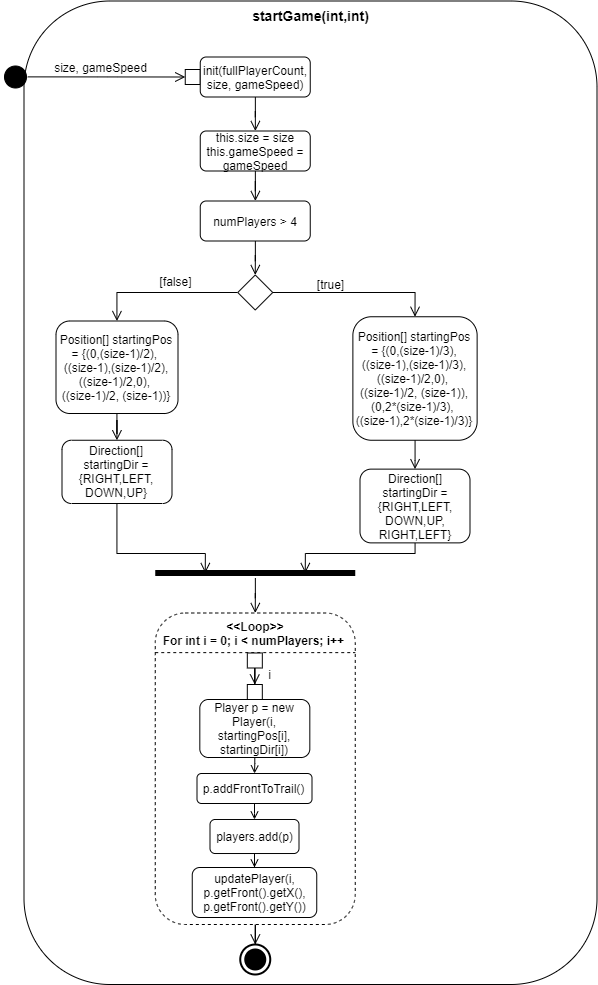
This is Doku/images/AD_startGame.png from KjellooMelloo/gameoftrons, a draw.io export, as it was before one commit. Source tidied: cells renumbered, new cells last; positions are measured from the earlier drawing's top-left corner, leaving out a move shared by most shapes.
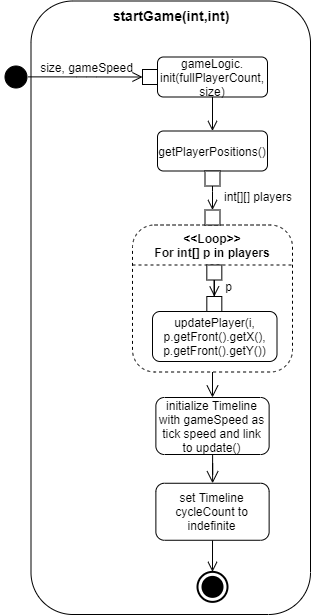
Above is the later version.

Commit message:
added gameSpeed and timeline in code, diagrams, doc

Diff of the diagram source:
```diff
@@ -3,155 +3,88 @@
     <mxCell id="0" />
     <mxCell id="1" parent="0" />
     <mxCell id="2" value="&lt;b&gt;&lt;font style=&quot;font-size: 14px&quot;&gt;startGame(int,int)&lt;/font&gt;&lt;/b&gt;" style="rounded=1;whiteSpace=wrap;html=1;align=center;verticalAlign=top;" parent="1" vertex="1">
-      <mxGeometry x="23.5" y="0.5" width="573" height="983.5" as="geometry" />
+      <mxGeometry x="23.5" y="0.5" width="279.5" height="613.5" as="geometry" />
     </mxCell>
-    <mxCell id="3" style="ellipse;html=1;shape=startState;fillColor=#000000;strokeColor=#000000;align=center;" parent="1" vertex="1">
-      <mxGeometry y="61.5" width="30" height="30" as="geometry" />
+    <mxCell id="3" style="edgeStyle=orthogonalEdgeStyle;rounded=0;jettySize=auto;html=1;entryX=0.5;entryY=0;entryDx=0;entryDy=0;endArrow=open;endFill=0;endSize=10;" parent="1" edge="1" source="4" target="25">
+      <mxGeometry relative="1" as="geometry" />
     </mxCell>
-    <mxCell id="4" style="edgeStyle=orthogonalEdgeStyle;html=1;verticalAlign=bottom;endArrow=open;endSize=8;strokeColor=#000000;exitX=0.909;exitY=0.496;exitDx=0;exitDy=0;exitPerimeter=0;entryX=0;entryY=0.5;entryDx=0;entryDy=0;" parent="1" edge="1" source="3" target="5">
-      <mxGeometry relative="1" as="geometry" />
+    <mxCell id="4" value="&lt;b&gt;&amp;lt;&amp;lt;Loop&amp;gt;&amp;gt;&lt;br&gt;For int[] p in players&lt;br&gt;&lt;/b&gt;" style="shape=ext;rounded=1;html=1;whiteSpace=wrap;dashed=1;verticalAlign=top;align=center;" parent="1" vertex="1">
+      <mxGeometry x="125" y="224.5" width="160" height="147" as="geometry" />
     </mxCell>
-    <mxCell id="5" style="rounded=0;whiteSpace=wrap;html=1;strokeColor=#000000;align=center;" parent="1" vertex="1">
-      <mxGeometry x="184.8" y="69" width="15" height="15" as="geometry" />
+    <mxCell id="5" style="ellipse;html=1;shape=startState;fillColor=#000000;strokeColor=#000000;align=center;" parent="1" vertex="1">
+      <mxGeometry x="-6.5" y="61.5" width="30" height="30" as="geometry" />
     </mxCell>
-    <mxCell id="6" value="size, gameSpeed" style="text;html=1;align=center;verticalAlign=middle;" parent="1" vertex="1">
-      <mxGeometry x="44.8" y="56.5" width="110" height="20" as="geometry" />
+    <mxCell id="6" style="edgeStyle=orthogonalEdgeStyle;html=1;verticalAlign=bottom;endArrow=open;endSize=8;strokeColor=#000000;exitX=0.909;exitY=0.496;exitDx=0;exitDy=0;exitPerimeter=0;entryX=0;entryY=0.5;entryDx=0;entryDy=0;" parent="1" edge="1" source="5" target="7">
+      <mxGeometry relative="1" as="geometry" />
     </mxCell>
-    <mxCell id="7" style="edgeStyle=orthogonalEdgeStyle;rounded=0;jettySize=auto;html=1;startArrow=none;startFill=0;endArrow=open;endFill=0;endSize=8;" parent="1" edge="1" source="8" target="11">
-      <mxGeometry relative="1" as="geometry" />
+    <mxCell id="7" style="rounded=0;whiteSpace=wrap;html=1;strokeColor=#000000;align=center;" parent="1" vertex="1">
+      <mxGeometry x="135" y="69" width="15" height="15" as="geometry" />
     </mxCell>
-    <mxCell id="8" value="init(fullPlayerCount, size, gameSpeed)" style="shape=rect;html=1;rounded=1;whiteSpace=wrap;align=center;" parent="1" vertex="1">
-      <mxGeometry x="199.8" y="56.5" width="110" height="40" as="geometry" />
+    <mxCell id="8" value="size, gameSpeed" style="text;html=1;align=center;verticalAlign=middle;points=[];" parent="1" vertex="1">
+      <mxGeometry x="23.5" y="56.5" width="110" height="20" as="geometry" />
     </mxCell>
-    <mxCell id="9" style="edgeStyle=orthogonalEdgeStyle;rounded=0;jettySize=auto;html=1;startArrow=none;startFill=0;endArrow=open;endFill=0;endSize=8;exitX=0;exitY=0.5;exitDx=0;exitDy=0;" parent="1" edge="1" source="21" target="15">
+    <mxCell id="9" style="edgeStyle=orthogonalEdgeStyle;rounded=0;jettySize=auto;html=1;startArrow=none;startFill=0;endArrow=open;endFill=0;endSize=8;" parent="1" edge="1" source="10" target="12">
       <mxGeometry relative="1" as="geometry" />
     </mxCell>
-    <mxCell id="10" style="edgeStyle=orthogonalEdgeStyle;rounded=0;jettySize=auto;html=1;startArrow=none;startFill=0;endArrow=open;endFill=0;endSize=8;" parent="1" edge="1" source="11" target="13">
-      <mxGeometry relative="1" as="geometry" />
+    <mxCell id="10" value="gameLogic. init(fullPlayerCount, size)" style="shape=rect;html=1;rounded=1;whiteSpace=wrap;align=center;" parent="1" vertex="1">
+      <mxGeometry x="150" y="56.5" width="110" height="40" as="geometry" />
     </mxCell>
-    <mxCell id="11" value="this.size = size&lt;br&gt;this.gameSpeed = gameSpeed" style="shape=rect;html=1;rounded=1;whiteSpace=wrap;align=center;" parent="1" vertex="1">
-      <mxGeometry x="199.8" y="130.5" width="110" height="40" as="geometry" />
+    <mxCell id="11" style="edgeStyle=orthogonalEdgeStyle;rounded=0;jettySize=auto;html=1;startArrow=none;startFill=0;endArrow=open;endFill=0;endSize=8;exitX=0.5;exitY=1;exitDx=0;exitDy=0;entryX=0.5;entryY=0;entryDx=0;entryDy=0;" parent="1" edge="1" source="21" target="22">
+      <mxGeometry relative="1" as="geometry">
+        <Array as="points">
+          <mxPoint x="205.2" y="191" />
+        </Array>
+      </mxGeometry>
     </mxCell>
-    <mxCell id="12" style="edgeStyle=orthogonalEdgeStyle;rounded=0;jettySize=auto;html=1;entryX=0.5;entryY=0;entryDx=0;entryDy=0;startArrow=none;startFill=0;endArrow=open;endFill=0;endSize=8;" parent="1" edge="1" source="13" target="21">
-      <mxGeometry relative="1" as="geometry" />
+    <mxCell id="12" value="getPlayerPositions()" style="shape=rect;html=1;rounded=1;whiteSpace=wrap;align=center;" parent="1" vertex="1">
+      <mxGeometry x="150" y="130.5" width="110" height="40" as="geometry" />
     </mxCell>
-    <mxCell id="13" value="numPlayers &amp;gt; 4" style="shape=rect;html=1;rounded=1;whiteSpace=wrap;align=center;" parent="1" vertex="1">
-      <mxGeometry x="199.8" y="200.5" width="110" height="40" as="geometry" />
+    <mxCell id="13" style="edgeStyle=orthogonalEdgeStyle;rounded=0;jettySize=auto;html=1;entryX=0.5;entryY=0;entryDx=0;entryDy=0;entryPerimeter=0;startArrow=none;startFill=0;endArrow=open;endFill=0;endSize=8;exitX=0.5;exitY=1;exitDx=0;exitDy=0;" parent="1" edge="1" source="26" target="14">
+      <mxGeometry relative="1" as="geometry" />
     </mxCell>
-    <mxCell id="14" style="edgeStyle=orthogonalEdgeStyle;rounded=0;jettySize=auto;html=1;startArrow=none;startFill=0;endArrow=open;endFill=0;endSize=8;" parent="1" edge="1" source="15" target="17">
-      <mxGeometry relative="1" as="geometry" />
+    <mxCell id="14" style="html=1;shape=mxgraph.sysml.actFinal;strokeWidth=2;verticalLabelPosition=bottom;verticalAlignment=top;align=center;rounded=0;" parent="1" vertex="1">
+      <mxGeometry x="190" y="571.4" width="30" height="30" as="geometry" />
     </mxCell>
-    <mxCell id="15" value="Position[] startingPos = {(0,(size-1)/2), &lt;br&gt;((size-1),(size-1)/2), ((size-1)/2,0), &lt;br&gt;((size-1)/2, (size-1))}" style="shape=rect;html=1;rounded=1;whiteSpace=wrap;align=center;" parent="1" vertex="1">
-      <mxGeometry x="55.5" y="320.5" width="122" height="92.5" as="geometry" />
+    <mxCell id="15" value="updatePlayer(i, p.getFront().getX(), p.getFront().getY())" style="shape=rect;html=1;rounded=1;whiteSpace=wrap;align=center;" parent="1" vertex="1">
+      <mxGeometry x="145" y="311" width="124.5" height="50" as="geometry" />
     </mxCell>
-    <mxCell id="16" style="edgeStyle=orthogonalEdgeStyle;rounded=0;jettySize=auto;html=1;entryX=0.25;entryY=0.5;entryDx=0;entryDy=0;entryPerimeter=0;startArrow=none;startFill=0;endArrow=open;endFill=0;endSize=8;" parent="1" edge="1" source="17" target="27">
+    <mxCell id="16" style="endArrow=none;dashed=1;html=1;" parent="1" edge="1">
       <mxGeometry relative="1" as="geometry">
-        <Array as="points">
-          <mxPoint x="116.5" y="553" />
-          <mxPoint x="204.5" y="553" />
-        </Array>
+        <mxPoint x="125" y="264.5" as="sourcePoint" />
+        <mxPoint x="285" y="264.5" as="targetPoint" />
       </mxGeometry>
     </mxCell>
-    <mxCell id="17" value="Direction[] startingDir = {RIGHT,LEFT,&lt;br&gt;DOWN,UP}" style="shape=rect;html=1;rounded=1;whiteSpace=wrap;align=center;" parent="1" vertex="1">
-      <mxGeometry x="61.5" y="439.8" width="110" height="63.2" as="geometry" />
+    <mxCell id="17" style="edgeStyle=orthogonalEdgeStyle;rounded=0;jettySize=auto;html=1;endArrow=open;endFill=0;endSize=8;strokeColor=#000000;" parent="1" edge="1" target="18">
+      <mxGeometry relative="1" as="geometry">
+        <mxPoint x="206.8" y="278.5" as="sourcePoint" />
+      </mxGeometry>
     </mxCell>
-    <mxCell id="18" style="edgeStyle=orthogonalEdgeStyle;rounded=0;jettySize=auto;html=1;entryX=0.75;entryY=0.5;entryDx=0;entryDy=0;entryPerimeter=0;startArrow=none;startFill=0;endArrow=open;endFill=0;endSize=8;" parent="1" edge="1" source="19" target="27">
-      <mxGeometry relative="1" as="geometry">
-        <Array as="points">
-          <mxPoint x="414.5" y="553" />
-          <mxPoint x="304.5" y="553" />
-        </Array>
-      </mxGeometry>
+    <mxCell id="18" style="rounded=0;whiteSpace=wrap;html=1;strokeColor=#000000;align=center;" parent="1" vertex="1">
+      <mxGeometry x="199.3" y="296" width="15" height="15" as="geometry" />
     </mxCell>
-    <mxCell id="19" value="Direction[] startingDir = {RIGHT,LEFT,&lt;br&gt;DOWN,UP,&lt;br&gt;RIGHT,LEFT}" style="shape=rect;html=1;rounded=1;whiteSpace=wrap;align=center;" parent="1" vertex="1">
-      <mxGeometry x="359.5" y="468.6" width="110" height="73.8" as="geometry" />
+    <mxCell id="19" style="rounded=0;whiteSpace=wrap;html=1;strokeColor=#000000;align=center;" parent="1" vertex="1">
+      <mxGeometry x="199.3" y="264.5" width="15" height="15" as="geometry" />
     </mxCell>
-    <mxCell id="20" style="edgeStyle=orthogonalEdgeStyle;rounded=0;jettySize=auto;html=1;entryX=0.5;entryY=0;entryDx=0;entryDy=0;startArrow=none;startFill=0;endArrow=open;endFill=0;endSize=8;" parent="1" edge="1" source="21" target="24">
-      <mxGeometry relative="1" as="geometry" />
+    <mxCell id="20" value="p" style="text;html=1;align=center;verticalAlign=middle;" parent="1" vertex="1">
+      <mxGeometry x="211.1" y="276" width="20" height="20" as="geometry" />
     </mxCell>
-    <mxCell id="21" style="rhombus;whiteSpace=wrap;html=1;strokeColor=#000000;align=center;rounded=0;" parent="1" vertex="1">
-      <mxGeometry x="237.2" y="274.5" width="35" height="35" as="geometry" />
+    <mxCell id="21" style="rounded=0;whiteSpace=wrap;html=1;strokeColor=#000000;align=center;" parent="1" vertex="1">
+      <mxGeometry x="197.5" y="170.5" width="15" height="15" as="geometry" />
     </mxCell>
-    <mxCell id="22" value="&lt;font style=&quot;font-size: 12px&quot;&gt;[false]&lt;/font&gt;" style="text;html=1;align=center;verticalAlign=middle;points=[];fontSize=16;" parent="1" vertex="1">
-      <mxGeometry x="149.8" y="264.5" width="50" height="30" as="geometry" />
+    <mxCell id="22" style="rounded=0;whiteSpace=wrap;html=1;strokeColor=#000000;align=center;" parent="1" vertex="1">
+      <mxGeometry x="197.5" y="209.5" width="15" height="15" as="geometry" />
     </mxCell>
-    <mxCell id="23" style="edgeStyle=orthogonalEdgeStyle;rounded=0;jettySize=auto;html=1;entryX=0.5;entryY=0;entryDx=0;entryDy=0;startArrow=none;startFill=0;endArrow=open;endFill=0;endSize=8;" parent="1" edge="1" source="24" target="19">
-      <mxGeometry relative="1" as="geometry" />
+    <mxCell id="23" value="int[][] players" style="text;html=1;strokeColor=none;fillColor=none;align=center;verticalAlign=middle;whiteSpace=wrap;rounded=0;" parent="1" vertex="1">
+      <mxGeometry x="212.5" y="185.5" width="76" height="20" as="geometry" />
     </mxCell>
-    <mxCell id="24" value="Position[] startingPos = {(0,(size-1)/3), ((size-1),(size-1)/3), ((size-1)/2,0), &lt;br&gt;((size-1)/2, (size-1)), (0,2*(size-1)/3), &lt;br&gt;((size-1),2*(size-1)/3)}" style="shape=rect;html=1;rounded=1;whiteSpace=wrap;align=center;" parent="1" vertex="1">
-      <mxGeometry x="352.4" y="316.2" width="124.2" height="123.5" as="geometry" />
+    <mxCell id="24" style="edgeStyle=orthogonalEdgeStyle;rounded=0;jettySize=auto;html=1;endArrow=open;endFill=0;endSize=10;" parent="1" edge="1" source="25" target="26">
+      <mxGeometry relative="1" as="geometry" />
     </mxCell>
-    <mxCell id="25" value="&lt;font style=&quot;font-size: 12px&quot;&gt;[true]&lt;/font&gt;" style="text;html=1;align=center;verticalAlign=middle;points=[];fontSize=16;" parent="1" vertex="1">
-      <mxGeometry x="309.8" y="268" width="40" height="30" as="geometry" />
+    <mxCell id="25" value="initialize Timeline with gameSpeed as tick speed and link to update()" style="shape=rect;html=1;rounded=1;whiteSpace=wrap;align=center;" parent="1" vertex="1">
+      <mxGeometry x="148.4" y="397" width="113.2" height="57" as="geometry" />
     </mxCell>
-    <mxCell id="26" style="edgeStyle=orthogonalEdgeStyle;rounded=0;jettySize=auto;html=1;entryX=0.5;entryY=0;entryDx=0;entryDy=0;startArrow=none;startFill=0;endArrow=open;endFill=0;endSize=8;" parent="1" edge="1" source="27" target="29">
-      <mxGeometry relative="1" as="geometry" />
+    <mxCell id="26" value="set Timeline cycleCount to indefinite" style="shape=rect;html=1;rounded=1;whiteSpace=wrap;align=center;" parent="1" vertex="1">
+      <mxGeometry x="148.4" y="482.8" width="113.2" height="57" as="geometry" />
     </mxCell>
-    <mxCell id="27" style="shape=line;html=1;strokeWidth=6;strokeColor=#000000;align=center;" parent="1" vertex="1">
-      <mxGeometry x="154.8" y="567.5" width="200" height="10" as="geometry" />
-    </mxCell>
-    <mxCell id="28" style="edgeStyle=orthogonalEdgeStyle;rounded=0;jettySize=auto;html=1;entryX=0.5;entryY=0;entryDx=0;entryDy=0;entryPerimeter=0;startArrow=none;startFill=0;endArrow=open;endFill=0;endSize=8;" parent="1" edge="1" source="29" target="37">
-      <mxGeometry relative="1" as="geometry" />
-    </mxCell>
-    <mxCell id="29" value="&lt;b&gt;&amp;lt;&amp;lt;Loop&amp;gt;&amp;gt;&lt;br&gt;For int i = 0; i &amp;lt; numPlayers; i++&amp;nbsp;&lt;br&gt;&lt;/b&gt;" style="shape=ext;rounded=1;html=1;whiteSpace=wrap;dashed=1;verticalAlign=top;align=center;" parent="1" vertex="1">
-      <mxGeometry x="154.8" y="612.5" width="200" height="311.5" as="geometry" />
-    </mxCell>
-    <mxCell id="30" style="endArrow=none;dashed=1;html=1;exitX=0;exitY=0.25;exitDx=0;exitDy=0;entryX=1;entryY=0.25;entryDx=0;entryDy=0;" parent="1" edge="1">
-      <mxGeometry relative="1" as="geometry">
-        <mxPoint x="154.8" y="652.1" as="sourcePoint" />
-        <mxPoint x="354.8" y="652.1" as="targetPoint" />
-      </mxGeometry>
-    </mxCell>
-    <mxCell id="31" style="edgeStyle=orthogonalEdgeStyle;rounded=0;jettySize=auto;html=1;endArrow=open;endFill=0;endSize=8;strokeColor=#000000;" parent="1" edge="1" target="32">
-      <mxGeometry relative="1" as="geometry">
-        <mxPoint x="254.3" y="666.5" as="sourcePoint" />
-      </mxGeometry>
-    </mxCell>
-    <mxCell id="32" style="rounded=0;whiteSpace=wrap;html=1;strokeColor=#000000;align=center;" parent="1" vertex="1">
-      <mxGeometry x="246.8" y="684" width="15" height="15" as="geometry" />
-    </mxCell>
-    <mxCell id="33" style="rounded=0;whiteSpace=wrap;html=1;strokeColor=#000000;align=center;" parent="1" vertex="1">
-      <mxGeometry x="246.8" y="652.5" width="15" height="15" as="geometry" />
-    </mxCell>
-    <mxCell id="34" value="i" style="text;html=1;align=center;verticalAlign=middle;" parent="1" vertex="1">
-      <mxGeometry x="258.6" y="664" width="20" height="20" as="geometry" />
-    </mxCell>
-    <mxCell id="35" style="edgeStyle=orthogonalEdgeStyle;rounded=0;jettySize=auto;html=1;entryX=0.5;entryY=0;entryDx=0;entryDy=0;endArrow=open;endFill=0;" parent="1" edge="1" source="36" target="39">
-      <mxGeometry relative="1" as="geometry">
-        <Array as="points">
-          <mxPoint x="254.5" y="763" />
-          <mxPoint x="254.5" y="763" />
-        </Array>
-      </mxGeometry>
-    </mxCell>
-    <mxCell id="36" value="&lt;span style=&quot;white-space: normal&quot;&gt;Player p = new Player(i, startingPos[i], startingDir[i])&lt;/span&gt;" style="shape=rect;html=1;rounded=1;whiteSpace=wrap;align=center;" parent="1" vertex="1">
-      <mxGeometry x="199.3" y="699" width="110" height="58" as="geometry" />
-    </mxCell>
-    <mxCell id="37" style="html=1;shape=mxgraph.sysml.actFinal;strokeWidth=2;verticalLabelPosition=bottom;verticalAlignment=top;align=center;rounded=0;" parent="1" vertex="1">
-      <mxGeometry x="239.8" y="944" width="30" height="30" as="geometry" />
-    </mxCell>
-    <mxCell id="38" style="edgeStyle=orthogonalEdgeStyle;rounded=0;jettySize=auto;html=1;entryX=0.5;entryY=0;entryDx=0;entryDy=0;endArrow=open;endFill=0;" parent="1" edge="1" source="39" target="41">
-      <mxGeometry relative="1" as="geometry">
-        <Array as="points">
-          <mxPoint x="254.5" y="813" />
-          <mxPoint x="254.5" y="813" />
-        </Array>
-      </mxGeometry>
-    </mxCell>
-    <mxCell id="39" value="p.addFrontToTrail()" style="shape=rect;html=1;rounded=1;whiteSpace=wrap;align=center;" parent="1" vertex="1">
-      <mxGeometry x="196.5" y="773" width="115" height="30" as="geometry" />
-    </mxCell>
-    <mxCell id="40" style="edgeStyle=orthogonalEdgeStyle;rounded=0;jettySize=auto;html=1;entryX=0.5;entryY=0;entryDx=0;entryDy=0;endArrow=open;endFill=0;endSize=6;" parent="1" edge="1" source="41" target="43">
-      <mxGeometry relative="1" as="geometry" />
-    </mxCell>
-    <mxCell id="41" value="players.add(p)" style="shape=rect;html=1;rounded=1;whiteSpace=wrap;align=center;" parent="1" vertex="1">
-      <mxGeometry x="209.5" y="819" width="89" height="34" as="geometry" />
-    </mxCell>
-    <mxCell id="42" style="edgeStyle=orthogonalEdgeStyle;rounded=0;orthogonalLoop=1;jettySize=auto;html=1;exitX=0.5;exitY=1;exitDx=0;exitDy=0;" parent="1" edge="1" source="39" target="39">
-      <mxGeometry relative="1" as="geometry" />
-    </mxCell>
-    <mxCell id="43" value="updatePlayer(i, p.getFront().getX(), p.getFront().getY())" style="shape=rect;html=1;rounded=1;whiteSpace=wrap;align=center;" parent="1" vertex="1">
-      <mxGeometry x="191.7" y="867" width="124.5" height="50" as="geometry" />
-    </mxCell>
   </root>
 </mxGraphModel>
```
